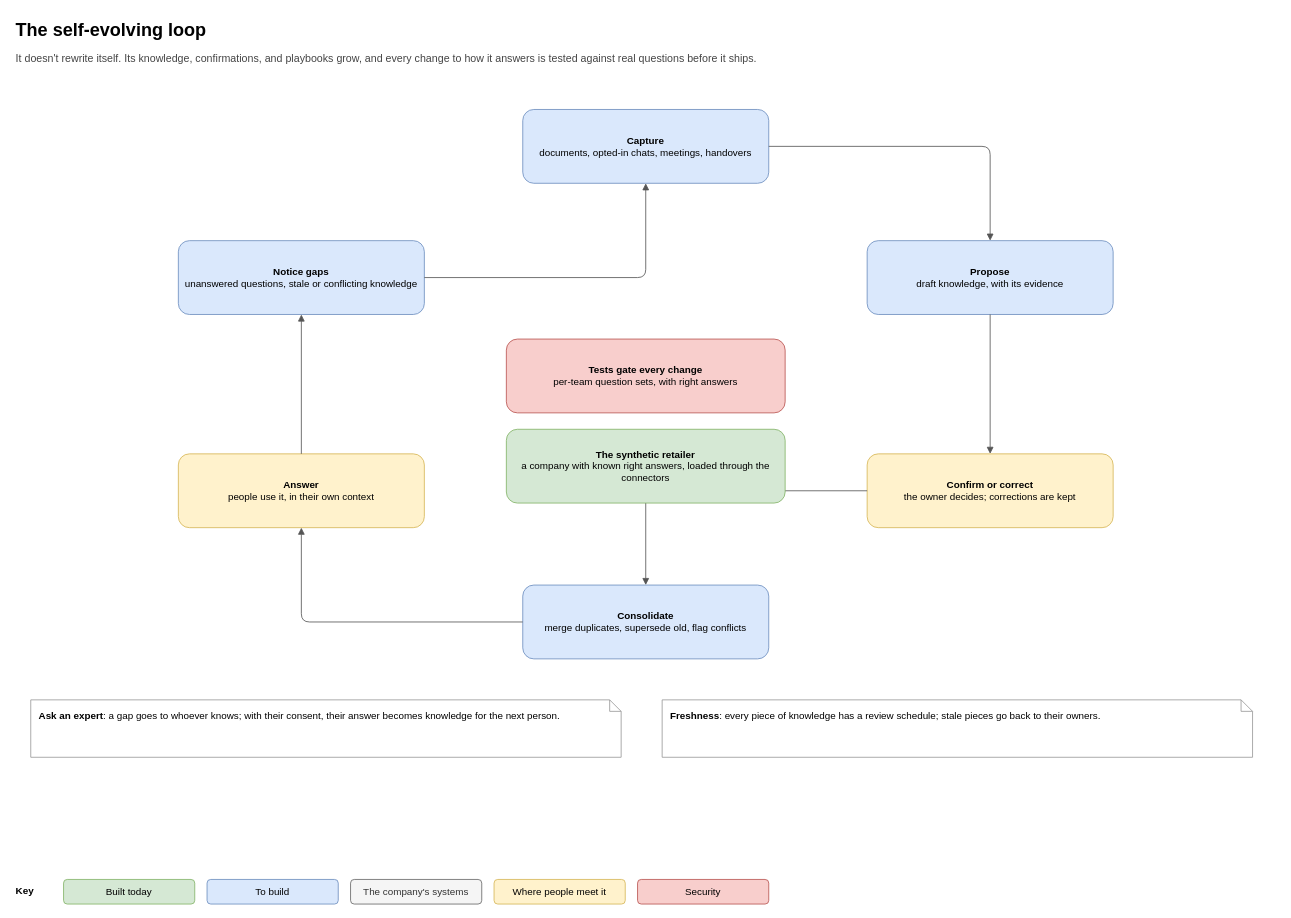
Before: page "5. How it learns" (5 of 10) of docs/architecture/aerugo-architecture.drawio in aerugo-hq/aerugo-self-host, a draw.io diagram. Source tidied: cells renumbered, new cells numbered last; positions are measured from the earlier drawing's top-left corner, leaving out a move shared by most shapes. Both pictures are drawn from the tidied source at 82%, with x=0, y=0 at pixel (14, 14).
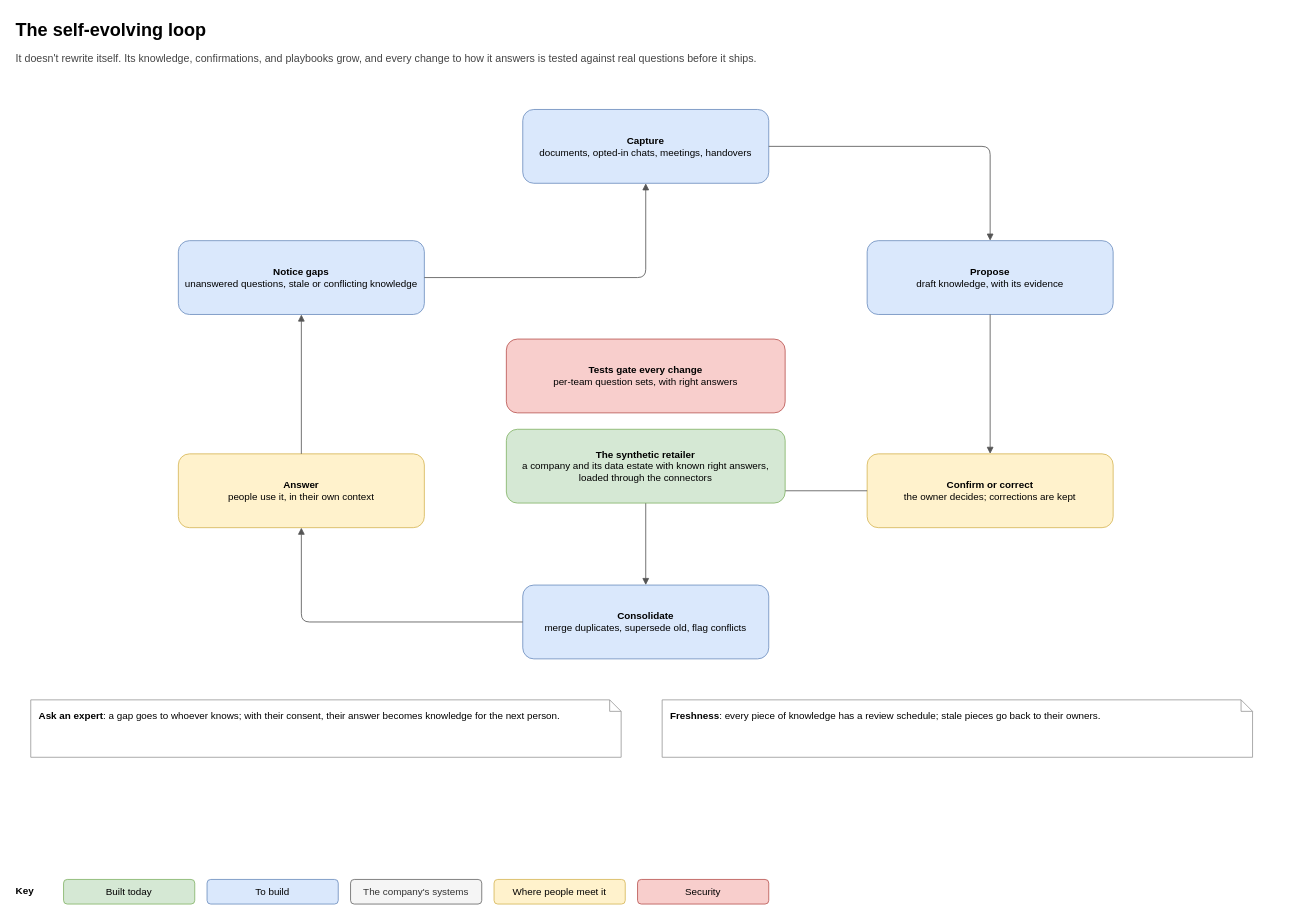
After the change.

Commit message (it also covers changes not shown here):
F10b: the record, O2 and F10 ticked, and the diagram's synthetic company with its estate

Change to the diagram source:
```diff
@@
-    <mxCell id="17" value="&lt;b&gt;The synthetic retailer&lt;/b&gt;&lt;br&gt;a company with known right answers, loaded through the connectors" style="rounded=1;whiteSpace=wrap;html=1;fillColor=#d5e8d4;strokeColor=#82b366;fontSize=12;" parent="1" vertex="1">
+    <mxCell id="17" value="&lt;b&gt;The synthetic retailer&lt;/b&gt;&lt;br&gt;a company and its data estate with known right answers, loaded through the connectors" style="rounded=1;whiteSpace=wrap;html=1;fillColor=#d5e8d4;strokeColor=#82b366;fontSize=12;" parent="1" vertex="1">
       <mxGeometry x="600" y="506" width="340" height="90" as="geometry" />
     </mxCell>
```
